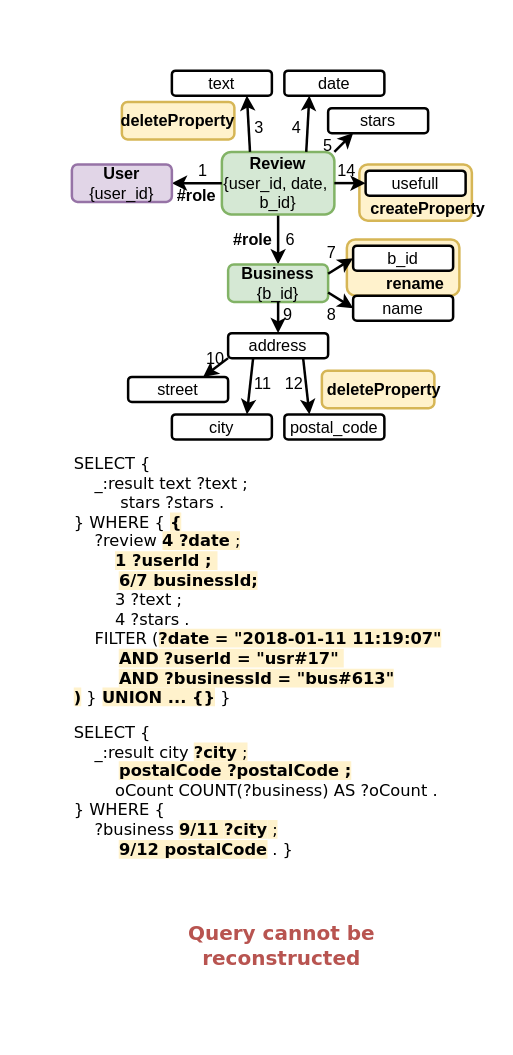
Above: page "d" (4 of 4) of papers/rcis_2025/figures-sources/strategies.drawio in tuaki/phd-thesis (draw.io), before the change. Source tidied: cells renumbered, new cells numbered last; positions are measured from the earlier drawing's top-left corner, leaving out a move shared by most shapes. Both pictures are drawn from the tidied source at 125%, with x=0, y=0 at pixel (70, 69).
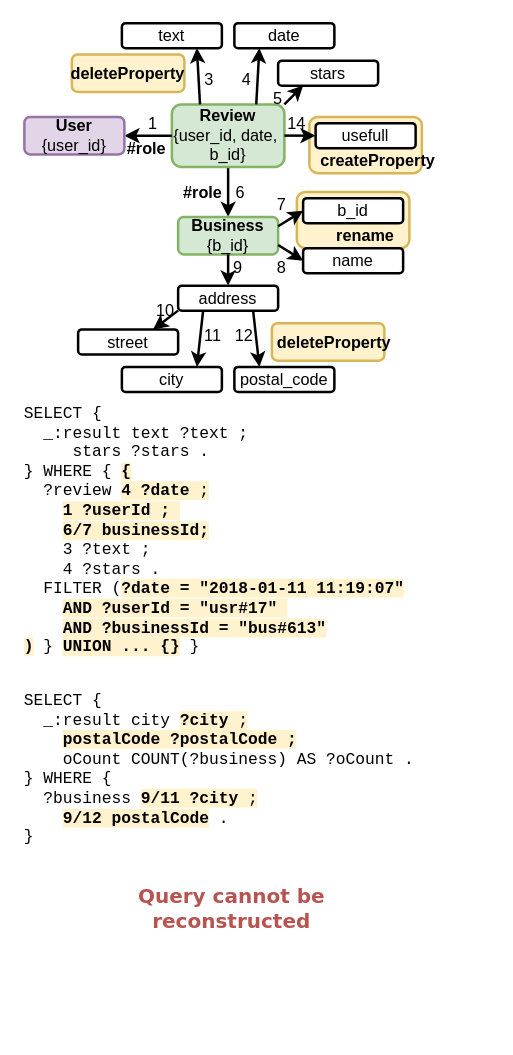
Above is the later version.

The edit, as a diff of the source:
```diff
@@
-    <mxCell id="2" style="rounded=0;whiteSpace=wrap;html=1;fillColor=none;strokeColor=none;" parent="1" vertex="1">
-      <mxGeometry width="337" height="772" as="geometry" />
-    </mxCell>
-    <mxCell id="3" value="&lt;font face=&quot;Verdana&quot;&gt;SELECT {&lt;/font&gt;&lt;div&gt;&lt;font face=&quot;Verdana&quot;&gt;&amp;nbsp; &amp;nbsp; _:result text ?text ;&lt;/font&gt;&lt;/div&gt;&lt;div&gt;&lt;font face=&quot;Verdana&quot;&gt;&amp;nbsp; &amp;nbsp; &amp;nbsp; &amp;nbsp; &amp;nbsp;&lt;span style=&quot;background-color: initial;&quot;&gt;stars ?stars .&lt;/span&gt;&lt;/font&gt;&lt;/div&gt;&lt;div&gt;&lt;div&gt;&lt;font face=&quot;Verdana&quot;&gt;} WHERE {&amp;nbsp;&lt;span style=&quot;background-color: rgb(255, 242, 204);&quot;&gt;&lt;b&gt;{&lt;/b&gt;&lt;/span&gt;&lt;/font&gt;&lt;/div&gt;&lt;div&gt;&lt;div&gt;&lt;font face=&quot;Verdana&quot;&gt;&amp;nbsp; &amp;nbsp; ?review &lt;span style=&quot;background-color: rgb(255, 242, 204);&quot;&gt;&lt;b&gt;4 &lt;/b&gt;&lt;b style=&quot;&quot;&gt;?d&lt;/b&gt;&lt;/span&gt;&lt;b style=&quot;background-color: rgb(255, 242, 204);&quot;&gt;at&lt;/b&gt;&lt;span style=&quot;background-color: rgb(255, 242, 204);&quot;&gt;&lt;b style=&quot;&quot;&gt;e&lt;/b&gt; ;&lt;/span&gt;&lt;/font&gt;&lt;/div&gt;&lt;div&gt;&lt;font face=&quot;Verdana&quot;&gt;&amp;nbsp; &amp;nbsp; &amp;nbsp; &amp;nbsp;&amp;nbsp;&lt;b style=&quot;background-color: rgb(255, 242, 204);&quot;&gt;1 ?userId ;&amp;nbsp;&lt;/b&gt;&lt;/font&gt;&lt;/div&gt;&lt;div&gt;&lt;b style=&quot;&quot;&gt;&lt;font style=&quot;&quot; face=&quot;Verdana&quot;&gt;&amp;nbsp; &amp;nbsp; &amp;nbsp; &amp;nbsp; &lt;span style=&quot;background-color: rgb(255, 242, 204);&quot;&gt;6/7 businessId;&lt;/span&gt;&lt;/font&gt;&lt;/b&gt;&lt;/div&gt;&lt;div&gt;&lt;font face=&quot;Verdana&quot;&gt;&amp;nbsp; &amp;nbsp; &amp;nbsp; &amp;nbsp; 3 ?text ;&amp;nbsp;&lt;/font&gt;&lt;/div&gt;&lt;div&gt;&lt;span style=&quot;background-color: initial;&quot;&gt;&lt;font face=&quot;Verdana&quot;&gt;&amp;nbsp; &amp;nbsp; &amp;nbsp; &amp;nbsp; 4 ?stars .&lt;/font&gt;&lt;/span&gt;&lt;/div&gt;&lt;div&gt;&lt;font face=&quot;Verdana&quot;&gt;&amp;nbsp; &amp;nbsp; FILTER (&lt;b style=&quot;background-color: rgb(255, 242, 204);&quot;&gt;?date = &quot;2018-01-11 11:19:07&quot;&lt;/b&gt;&lt;/font&gt;&lt;/div&gt;&lt;div&gt;&lt;font face=&quot;Verdana&quot;&gt;&lt;b&gt;&amp;nbsp; &amp;nbsp; &amp;nbsp; &amp;nbsp; &lt;span style=&quot;background-color: rgb(255, 242, 204);&quot;&gt;AND&lt;/span&gt;&lt;/b&gt;&lt;span style=&quot;background-color: rgb(255, 242, 204);&quot;&gt;&amp;nbsp;&lt;b style=&quot;&quot;&gt;?userId = &quot;usr#17&quot;&amp;nbsp;&lt;/b&gt;&lt;/span&gt;&lt;/font&gt;&lt;/div&gt;&lt;div&gt;&lt;b style=&quot;&quot;&gt;&lt;font style=&quot;&quot; face=&quot;Verdana&quot;&gt;&amp;nbsp; &amp;nbsp; &amp;nbsp; &amp;nbsp; &lt;span style=&quot;background-color: rgb(255, 242, 204);&quot;&gt;AND ?businessId = &quot;bus#613&quot;&lt;/span&gt;&lt;/font&gt;&lt;/b&gt;&lt;/div&gt;&lt;div&gt;&lt;font face=&quot;Verdana&quot;&gt;&lt;span style=&quot;background-color: rgb(255, 242, 204);&quot;&gt;&lt;b&gt;)&lt;/b&gt;&lt;/span&gt;&lt;span style=&quot;background-color: initial;&quot;&gt;&amp;nbsp;&lt;/span&gt;&lt;span style=&quot;background-color: initial;&quot;&gt;} &lt;/span&gt;&lt;span style=&quot;background-color: rgb(255, 242, 204);&quot;&gt;&lt;b&gt;UNION ... {}&lt;/b&gt;&lt;/span&gt;&lt;span style=&quot;background-color: initial;&quot;&gt; }&lt;/span&gt;&lt;/font&gt;&lt;/div&gt;&lt;/div&gt;&lt;/div&gt;" style="text;html=1;align=left;verticalAlign=top;whiteSpace=wrap;rounded=0;fontFamily=Tahoma;fontSize=13;" parent="1" vertex="1">
-      <mxGeometry x="1" y="301" width="335" height="215" as="geometry" />
+    <mxCell id="3" value="&lt;font&gt;SELECT {&lt;/font&gt;&lt;div&gt;&lt;font&gt;&amp;nbsp; _:result text ?text ;&lt;/font&gt;&lt;/div&gt;&lt;div&gt;&lt;font&gt;&amp;nbsp; &amp;nbsp; &amp;nbsp;&lt;span style=&quot;background-color: initial;&quot;&gt;stars ?stars .&lt;/span&gt;&lt;/font&gt;&lt;/div&gt;&lt;div&gt;&lt;div&gt;&lt;font&gt;} WHERE {&amp;nbsp;&lt;span style=&quot;background-color: rgb(255, 242, 204);&quot;&gt;&lt;b&gt;{&lt;/b&gt;&lt;/span&gt;&lt;/font&gt;&lt;/div&gt;&lt;div&gt;&lt;div&gt;&lt;font&gt;&amp;nbsp; ?review &lt;span style=&quot;background-color: rgb(255, 242, 204);&quot;&gt;&lt;b&gt;4 &lt;/b&gt;&lt;b style=&quot;&quot;&gt;?d&lt;/b&gt;&lt;/span&gt;&lt;b style=&quot;background-color: rgb(255, 242, 204);&quot;&gt;at&lt;/b&gt;&lt;span style=&quot;background-color: rgb(255, 242, 204);&quot;&gt;&lt;b style=&quot;&quot;&gt;e&lt;/b&gt; ;&lt;/span&gt;&lt;/font&gt;&lt;/div&gt;&lt;div&gt;&lt;font&gt;&amp;nbsp; &amp;nbsp;&amp;nbsp;&lt;b style=&quot;background-color: rgb(255, 242, 204);&quot;&gt;1 ?userId ;&amp;nbsp;&lt;/b&gt;&lt;/font&gt;&lt;/div&gt;&lt;div&gt;&lt;b style=&quot;&quot;&gt;&lt;font style=&quot;&quot;&gt;&amp;nbsp; &amp;nbsp; &lt;span style=&quot;background-color: rgb(255, 242, 204);&quot;&gt;6/7 businessId;&lt;/span&gt;&lt;/font&gt;&lt;/b&gt;&lt;/div&gt;&lt;div&gt;&lt;font&gt;&amp;nbsp; &amp;nbsp; 3 ?text ;&amp;nbsp;&lt;/font&gt;&lt;/div&gt;&lt;div&gt;&lt;span style=&quot;background-color: initial;&quot;&gt;&lt;font&gt;&amp;nbsp; &amp;nbsp; 4 ?stars .&lt;/font&gt;&lt;/span&gt;&lt;/div&gt;&lt;div&gt;&lt;font&gt;&amp;nbsp; FILTER (&lt;b style=&quot;background-color: rgb(255, 242, 204);&quot;&gt;?date = &quot;2018-01-11 11:19:07&quot;&lt;/b&gt;&lt;/font&gt;&lt;/div&gt;&lt;div&gt;&lt;font&gt;&lt;b&gt;&amp;nbsp; &amp;nbsp; &lt;span style=&quot;background-color: rgb(255, 242, 204);&quot;&gt;AND&lt;/span&gt;&lt;/b&gt;&lt;span style=&quot;background-color: rgb(255, 242, 204);&quot;&gt;&amp;nbsp;&lt;b style=&quot;&quot;&gt;?userId = &quot;usr#17&quot;&amp;nbsp;&lt;/b&gt;&lt;/span&gt;&lt;/font&gt;&lt;/div&gt;&lt;div&gt;&lt;b style=&quot;&quot;&gt;&lt;font style=&quot;&quot;&gt;&amp;nbsp; &amp;nbsp; &lt;span style=&quot;background-color: rgb(255, 242, 204);&quot;&gt;AND ?businessId = &quot;bus#613&quot;&lt;/span&gt;&lt;/font&gt;&lt;/b&gt;&lt;/div&gt;&lt;div&gt;&lt;font&gt;&lt;span style=&quot;background-color: rgb(255, 242, 204);&quot;&gt;&lt;b&gt;)&lt;/b&gt;&lt;/span&gt;&lt;span style=&quot;background-color: initial;&quot;&gt;&amp;nbsp;&lt;/span&gt;&lt;span style=&quot;background-color: initial;&quot;&gt;} &lt;/span&gt;&lt;span style=&quot;background-color: rgb(255, 242, 204);&quot;&gt;&lt;b&gt;UNION ... {}&lt;/b&gt;&lt;/span&gt;&lt;span style=&quot;background-color: initial;&quot;&gt; }&lt;/span&gt;&lt;/font&gt;&lt;/div&gt;&lt;/div&gt;&lt;/div&gt;" style="text;html=1;align=left;verticalAlign=top;whiteSpace=wrap;rounded=0;fontFamily=Courier New;fontSize=13;" parent="1" vertex="1">
+      <mxGeometry x="-39" y="261" width="340" height="215" as="geometry" />
     </mxCell>
-    <mxCell id="4" value="&lt;font face=&quot;Verdana&quot;&gt;SELECT {&lt;/font&gt;&lt;div&gt;&lt;font face=&quot;Verdana&quot;&gt;&amp;nbsp; &amp;nbsp; _:result city &lt;b style=&quot;background-color: rgb(255, 242, 204);&quot;&gt;?cit&lt;/b&gt;&lt;span style=&quot;background-color: rgb(255, 242, 204);&quot;&gt;&lt;b style=&quot;&quot;&gt;y&lt;/b&gt; ;&lt;/span&gt;&lt;/font&gt;&lt;/div&gt;&lt;div&gt;&lt;b&gt;&lt;font face=&quot;Verdana&quot;&gt;&amp;nbsp; &amp;nbsp; &amp;nbsp; &amp;nbsp;&lt;span style=&quot;background-color: rgb(255, 255, 255);&quot;&gt; &lt;/span&gt;&lt;span style=&quot;background-color: rgb(255, 242, 204);&quot;&gt;postalCode ?postalCode ;&lt;/span&gt;&lt;/font&gt;&lt;/b&gt;&lt;/div&gt;&lt;div&gt;&lt;font face=&quot;Verdana&quot;&gt;&amp;nbsp; &amp;nbsp; &amp;nbsp; &amp;nbsp; oCount COUNT(?business) AS ?oCount .&lt;br&gt;&lt;/font&gt;&lt;div&gt;&lt;font face=&quot;Verdana&quot;&gt;} WHERE {&lt;/font&gt;&lt;/div&gt;&lt;div&gt;&lt;font face=&quot;Verdana&quot;&gt;&amp;nbsp; &amp;nbsp; ?business &lt;span style=&quot;background-color: rgb(255, 242, 204);&quot;&gt;&lt;b&gt;9/11&lt;/b&gt; &lt;/span&gt;&lt;b style=&quot;&quot;&gt;&lt;span style=&quot;background-color: rgb(255, 242, 204);&quot;&gt;?city&lt;/span&gt;&lt;/b&gt;&lt;span style=&quot;background-color: rgb(255, 242, 204);&quot;&gt; ;&lt;/span&gt;&lt;/font&gt;&lt;/div&gt;&lt;div&gt;&lt;font face=&quot;Verdana&quot;&gt;&lt;b&gt;&amp;nbsp; &amp;nbsp; &amp;nbsp; &amp;nbsp; &lt;span style=&quot;background-color: rgb(255, 242, 204);&quot;&gt;9/12 postalCode&lt;/span&gt;&lt;/b&gt; .&amp;nbsp;&lt;/font&gt;&lt;span style=&quot;font-family: Verdana; background-color: initial;&quot;&gt;}&lt;/span&gt;&lt;/div&gt;&lt;/div&gt;" style="text;html=1;align=left;verticalAlign=top;whiteSpace=wrap;rounded=0;fontFamily=Tahoma;fontSize=13;" parent="1" vertex="1">
-      <mxGeometry x="1" y="516" width="335" height="115" as="geometry" />
+    <mxCell id="4" value="&lt;font&gt;SELECT {&lt;/font&gt;&lt;div&gt;&lt;font&gt;&amp;nbsp; _:result city &lt;b style=&quot;background-color: rgb(255, 242, 204);&quot;&gt;?cit&lt;/b&gt;&lt;span style=&quot;background-color: rgb(255, 242, 204);&quot;&gt;&lt;b style=&quot;&quot;&gt;y&lt;/b&gt; ;&lt;/span&gt;&lt;/font&gt;&lt;/div&gt;&lt;div&gt;&lt;b&gt;&lt;font&gt;&amp;nbsp; &amp;nbsp;&lt;span style=&quot;background-color: rgb(255, 255, 255);&quot;&gt; &lt;/span&gt;&lt;span style=&quot;background-color: rgb(255, 242, 204);&quot;&gt;postalCode ?postalCode ;&lt;/span&gt;&lt;/font&gt;&lt;/b&gt;&lt;/div&gt;&lt;div&gt;&lt;font&gt;&amp;nbsp; &amp;nbsp; oCount COUNT(?business) AS ?oCount .&lt;br&gt;&lt;/font&gt;&lt;div&gt;&lt;font&gt;} WHERE {&lt;/font&gt;&lt;/div&gt;&lt;div&gt;&lt;font&gt;&amp;nbsp; ?business &lt;span style=&quot;background-color: rgb(255, 242, 204);&quot;&gt;&lt;b&gt;9/11&lt;/b&gt; &lt;/span&gt;&lt;b style=&quot;&quot;&gt;&lt;span style=&quot;background-color: rgb(255, 242, 204);&quot;&gt;?city&lt;/span&gt;&lt;/b&gt;&lt;span style=&quot;background-color: rgb(255, 242, 204);&quot;&gt; ;&lt;/span&gt;&lt;/font&gt;&lt;/div&gt;&lt;div&gt;&lt;font&gt;&lt;b&gt;&amp;nbsp; &amp;nbsp;&amp;nbsp;&lt;span style=&quot;background-color: rgb(255, 242, 204);&quot;&gt;9/12 postalCode&lt;/span&gt;&lt;/b&gt; .&lt;/font&gt;&lt;/div&gt;&lt;div&gt;&lt;span style=&quot;background-color: initial;&quot;&gt;}&lt;/span&gt;&lt;/div&gt;&lt;/div&gt;" style="text;html=1;align=left;verticalAlign=top;whiteSpace=wrap;rounded=0;fontFamily=Courier New;fontSize=13;" parent="1" vertex="1">
+      <mxGeometry x="-39" y="491" width="340" height="135" as="geometry" />
     </mxCell>
     <mxCell id="5" style="group;fontSize=13;" parent="1" vertex="1">
-      <mxGeometry x="1" y="1" width="335" height="295" as="geometry" />
+      <mxGeometry x="-39" y="-37" width="335" height="295" as="geometry" />
     </mxCell>
@@
     <mxCell id="19" value="&lt;b&gt;User&lt;/b&gt; {user_id}" style="rounded=1;whiteSpace=wrap;html=1;strokeWidth=2;absoluteArcSize=0;fillColor=#e1d5e7;strokeColor=#9673a6;fontSize=13;" parent="5" vertex="1">
-      <mxGeometry y="75" width="80" height="30" as="geometry" />
+      <mxGeometry x="2" y="75" width="80" height="30" as="geometry" />
     </mxCell>
@@
     <mxCell id="53" value="&lt;font color=&quot;#b85450&quot; face=&quot;Verdana&quot; style=&quot;font-size: 16px;&quot;&gt;&lt;b style=&quot;&quot;&gt;Query cannot be reconstructed&lt;/b&gt;&lt;/font&gt;" style="text;html=1;align=center;verticalAlign=middle;whiteSpace=wrap;rounded=0;" parent="1" vertex="1">
-      <mxGeometry x="83.5" y="676" width="170" height="50" as="geometry" />
+      <mxGeometry x="43.5" y="646" width="170" height="50" as="geometry" />
     </mxCell>
```
